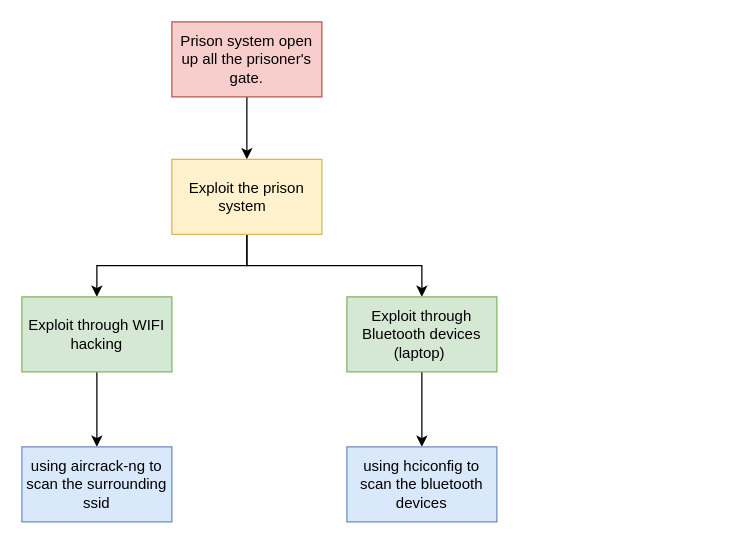
This is Untitled Diagram.drawio from lancerkiller/Quiz_Website, a draw.io file, before an edit. Source tidied: cells renumbered, new cells numbered last; positions are measured from the earlier drawing's top-left corner, leaving out a move shared by most shapes. Both pictures are drawn from the tidied source at 125%, with x=0, y=0 at pixel (21, 21).
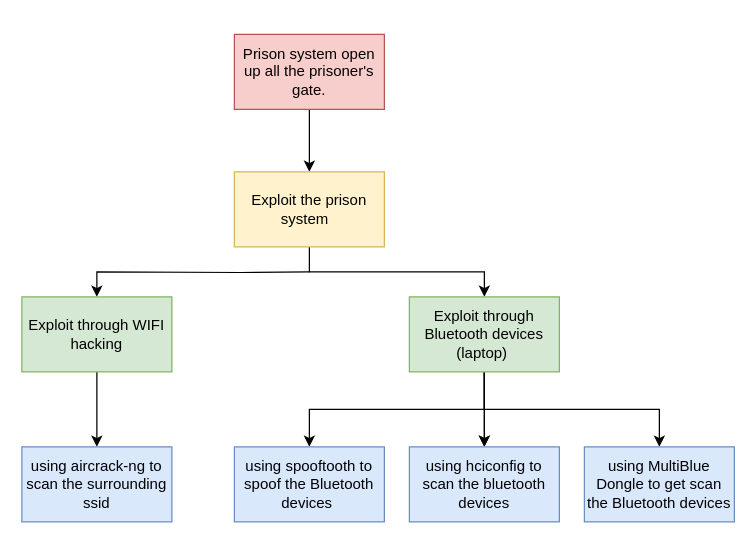
The same page after the edit.

Diff of the diagram source:
```diff
@@
 <mxGraphModel>
   <root>
     <mxCell id="0" />
     <mxCell id="1" parent="0" />
     <mxCell id="2" style="edgeStyle=orthogonalEdgeStyle;rounded=0;jettySize=auto;html=1;" parent="1" edge="1" source="3" target="6">
       <mxGeometry relative="1" as="geometry" />
     </mxCell>
     <mxCell id="3" value="Prison system open up all the prisoner's gate." style="rounded=0;whiteSpace=wrap;html=1;fillColor=#f8cecc;strokeColor=#b85450;" parent="1" vertex="1">
-      <mxGeometry x="120" width="120" height="60" as="geometry" />
+      <mxGeometry x="170" y="10" width="120" height="60" as="geometry" />
     </mxCell>
-    <mxCell id="4" style="edgeStyle=orthogonalEdgeStyle;rounded=0;jettySize=auto;html=1;" parent="1" edge="1" source="6" target="8">
-      <mxGeometry relative="1" as="geometry" />
+    <mxCell id="4" style="edgeStyle=orthogonalEdgeStyle;rounded=0;jettySize=auto;html=1;" parent="1" edge="1" target="8">
+      <mxGeometry relative="1" as="geometry">
+        <mxPoint x="230" y="200" as="sourcePoint" />
+      </mxGeometry>
     </mxCell>
     <mxCell id="5" style="edgeStyle=orthogonalEdgeStyle;rounded=0;jettySize=auto;html=1;exitX=0.5;exitY=1;exitDx=0;exitDy=0;fillColor=#d5e8d4;strokeColor=#000000;" parent="1" edge="1" source="6" target="11">
       <mxGeometry relative="1" as="geometry" />
     </mxCell>
     <mxCell id="6" value="Exploit the prison system&amp;nbsp;&amp;nbsp;" style="whiteSpace=wrap;html=1;fillColor=#fff2cc;strokeColor=#d6b656;rounded=0;" parent="1" vertex="1">
-      <mxGeometry x="120" y="110" width="120" height="60" as="geometry" />
+      <mxGeometry x="170" y="120" width="120" height="60" as="geometry" />
     </mxCell>
     <mxCell id="7" style="edgeStyle=orthogonalEdgeStyle;rounded=0;jettySize=auto;html=1;" parent="1" edge="1" source="8" target="9">
       <mxGeometry relative="1" as="geometry" />
     </mxCell>
     <mxCell id="8" value="Exploit through WIFI hacking" style="whiteSpace=wrap;html=1;fillColor=#d5e8d4;strokeColor=#82b366;rounded=0;" parent="1" vertex="1">
       <mxGeometry y="220" width="120" height="60" as="geometry" />
     </mxCell>
     <mxCell id="9" value="using aircrack-ng to scan the surrounding ssid" style="whiteSpace=wrap;html=1;fillColor=#dae8fc;strokeColor=#6c8ebf;rounded=0;" parent="1" vertex="1">
       <mxGeometry y="340" width="120" height="60" as="geometry" />
     </mxCell>
     <mxCell id="10" style="edgeStyle=orthogonalEdgeStyle;rounded=0;jettySize=auto;html=1;strokeColor=#000000;" parent="1" edge="1" source="11" target="12">
       <mxGeometry relative="1" as="geometry" />
     </mxCell>
+    <mxCell id="13" style="edgeStyle=orthogonalEdgeStyle;rounded=0;jettySize=auto;html=1;strokeColor=#000000;" parent="1" edge="1" source="11" target="12">
+      <mxGeometry relative="1" as="geometry" />
+    </mxCell>
+    <mxCell id="14" style="edgeStyle=orthogonalEdgeStyle;rounded=0;jettySize=auto;html=1;strokeColor=#000000;exitX=0.5;exitY=1;exitDx=0;exitDy=0;" parent="1" edge="1" source="11" target="17">
+      <mxGeometry relative="1" as="geometry" />
+    </mxCell>
+    <mxCell id="15" style="edgeStyle=orthogonalEdgeStyle;rounded=0;jettySize=auto;html=1;strokeColor=#000000;exitX=0.5;exitY=1;exitDx=0;exitDy=0;" parent="1" edge="1" source="11" target="16">
+      <mxGeometry relative="1" as="geometry" />
+    </mxCell>
     <mxCell id="11" value="Exploit through Bluetooth devices (laptop)&amp;nbsp;" style="whiteSpace=wrap;html=1;fillColor=#d5e8d4;strokeColor=#82b366;rounded=0;" parent="1" vertex="1">
-      <mxGeometry x="260" y="220" width="120" height="60" as="geometry" />
+      <mxGeometry x="310" y="220" width="120" height="60" as="geometry" />
     </mxCell>
     <mxCell id="12" value="using hciconfig to scan the bluetooth devices" style="whiteSpace=wrap;html=1;fillColor=#dae8fc;strokeColor=#6c8ebf;rounded=0;" parent="1" vertex="1">
-      <mxGeometry x="260" y="340" width="120" height="60" as="geometry" />
+      <mxGeometry x="310" y="340" width="120" height="60" as="geometry" />
     </mxCell>
+    <mxCell id="16" value="using MultiBlue Dongle to get scan the Bluetooth devices" style="whiteSpace=wrap;html=1;fillColor=#dae8fc;strokeColor=#6c8ebf;rounded=0;" parent="1" vertex="1">
+      <mxGeometry x="450" y="340" width="120" height="60" as="geometry" />
+    </mxCell>
+    <mxCell id="17" value="using spooftooth to spoof the Bluetooth devices&amp;nbsp;" style="whiteSpace=wrap;html=1;fillColor=#dae8fc;strokeColor=#6c8ebf;rounded=0;" parent="1" vertex="1">
+      <mxGeometry x="170" y="340" width="120" height="60" as="geometry" />
+    </mxCell>
   </root>
 </mxGraphModel>
```
